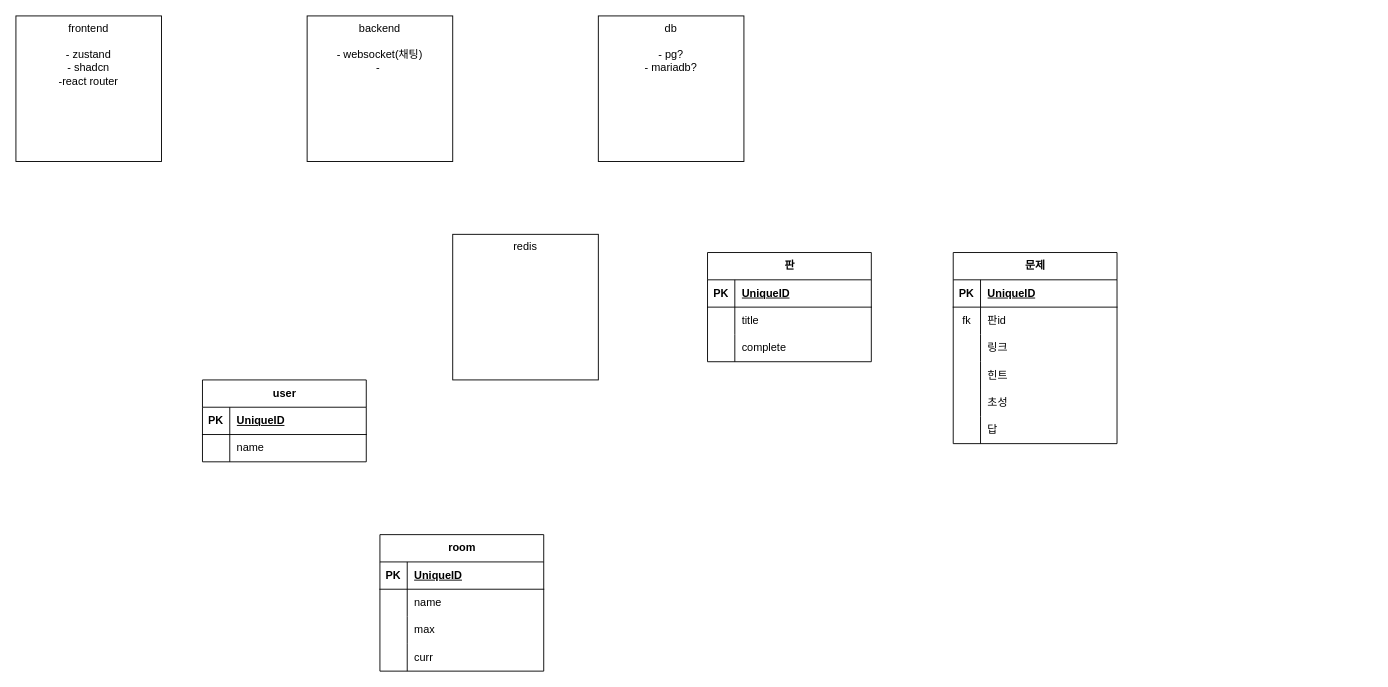
Before: 구상.drawio in takaxis2/song-quiz, a draw.io diagram. Source tidied: cells renumbered, new cells numbered last; positions are measured from the earlier drawing's top-left corner, leaving out a move shared by most shapes. Both pictures are drawn from the tidied source at 91%, with x=0, y=0 at pixel (15, 15).
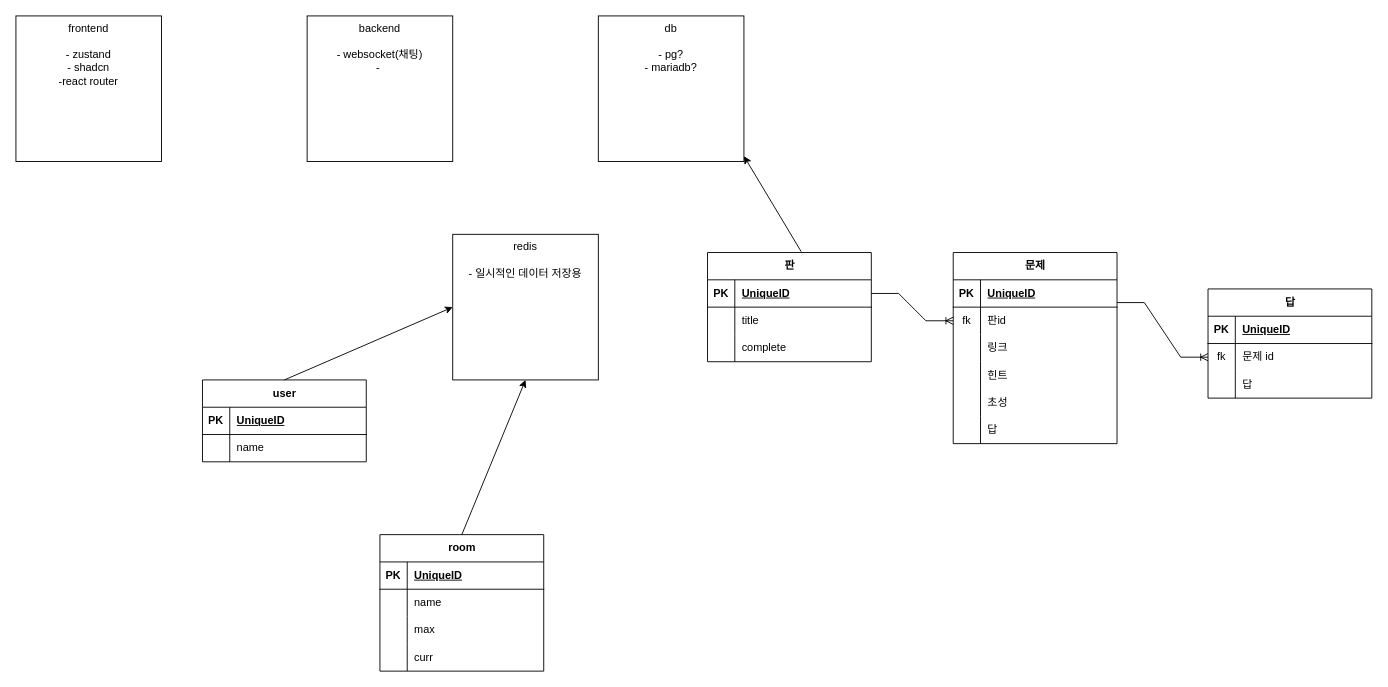
The same page after the edit.

Commit message (it also covers changes not shown here):
구상.drawio 업데이트

The change refers to these unchanged cells:
```xml
<mxCell id="4" value="db&lt;div&gt;&lt;br&gt;&lt;/div&gt;&lt;div&gt;- pg?&lt;/div&gt;&lt;div&gt;- mariadb?&lt;/div&gt;" style="whiteSpace=wrap;html=1;verticalAlign=top;" parent="1" vertex="1">
  <mxGeometry x="640" width="160" height="160" as="geometry" />
</mxCell>
<mxCell id="6" value="user" style="shape=table;startSize=30;childLayout=tableLayout;rowLines=0;fontStyle=1;align=center;html=1;" parent="1" vertex="1">
  <mxGeometry x="205" y="400" width="180" height="90" as="geometry" />
</mxCell>
<mxCell id="13" value="room" style="shape=table;startSize=30;childLayout=tableLayout;rowLines=0;fontStyle=1;align=center;html=1;" parent="1" vertex="1">
  <mxGeometry x="400" y="570" width="180" height="150" as="geometry" />
</mxCell>
<mxCell id="26" value="판" style="shape=table;startSize=30;childLayout=tableLayout;rowLines=0;fontStyle=1;align=center;html=1;" parent="1" vertex="1">
  <mxGeometry x="760" y="260" width="180" height="120" as="geometry" />
</mxCell>
<mxCell id="27" style="shape=tableRow;horizontal=0;startSize=0;swimlaneHead=0;swimlaneBody=0;fillColor=none;points=[[0,0.5],[1,0.5]];portConstraint=eastwest;top=0;left=0;right=0;bottom=1;" parent="26" vertex="1">
  <mxGeometry y="30" width="180" height="30" as="geometry" />
</mxCell>
<mxCell id="40" style="shape=tableRow;horizontal=0;startSize=0;swimlaneHead=0;swimlaneBody=0;fillColor=none;points=[[0,0.5],[1,0.5]];portConstraint=eastwest;top=0;left=0;right=0;bottom=0;" parent="36" vertex="1">
  <mxGeometry y="60" width="180" height="30" as="geometry" />
</mxCell>
```

What changed in the source:
```diff
@@
-    <mxCell id="5" value="&lt;div&gt;redis&lt;/div&gt;" style="whiteSpace=wrap;html=1;verticalAlign=top;" parent="1" vertex="1">
+    <mxCell id="5" value="&lt;div&gt;redis&lt;/div&gt;&lt;div&gt;&lt;br&gt;&lt;/div&gt;&lt;div&gt;- 일시적인 데이터 저장용&lt;/div&gt;" style="whiteSpace=wrap;html=1;verticalAlign=top;" parent="1" vertex="1">
       <mxGeometry x="480" y="240" width="160" height="160" as="geometry" />
     </mxCell>
@@
+    <mxCell id="55" value="답" style="shape=table;startSize=30;childLayout=tableLayout;rowLines=0;fontStyle=1;align=center;html=1;" parent="1" vertex="1">
+      <mxGeometry x="1310" y="300" width="180" height="120" as="geometry" />
+    </mxCell>
+    <mxCell id="56" style="shape=tableRow;horizontal=0;startSize=0;swimlaneHead=0;swimlaneBody=0;fillColor=none;top=0;left=0;right=0;bottom=1;" parent="55" vertex="1">
+      <mxGeometry y="30" width="180" height="30" as="geometry" />
+    </mxCell>
+    <mxCell id="57" value="PK" style="shape=partialRectangle;fillColor=none;top=0;left=0;bottom=0;right=0;fontStyle=1;overflow=hidden;whiteSpace=wrap;html=1;" parent="56" vertex="1">
+      <mxGeometry width="30" height="30" as="geometry" />
+    </mxCell>
+    <mxCell id="58" value="UniqueID" style="shape=partialRectangle;fillColor=none;top=0;left=0;bottom=0;right=0;align=left;spacingLeft=6;fontStyle=5;overflow=hidden;whiteSpace=wrap;html=1;" parent="56" vertex="1">
+      <mxGeometry x="30" width="150" height="30" as="geometry" />
+    </mxCell>
+    <mxCell id="59" style="shape=tableRow;horizontal=0;startSize=0;swimlaneHead=0;swimlaneBody=0;fillColor=none;points=[[0,0.5],[1,0.5]];portConstraint=eastwest;top=0;left=0;right=0;bottom=0;" parent="55" vertex="1">
+      <mxGeometry y="60" width="180" height="30" as="geometry" />
+    </mxCell>
+    <mxCell id="60" value="fk" style="shape=partialRectangle;fillColor=none;top=0;left=0;bottom=0;right=0;overflow=hidden;whiteSpace=wrap;html=1;" parent="59" vertex="1">
+      <mxGeometry width="30" height="30" as="geometry" />
+    </mxCell>
+    <mxCell id="61" value="문제 id" style="shape=partialRectangle;fillColor=none;top=0;left=0;bottom=0;right=0;align=left;spacingLeft=6;overflow=hidden;whiteSpace=wrap;html=1;" parent="59" vertex="1">
+      <mxGeometry x="30" width="150" height="30" as="geometry" />
+    </mxCell>
+    <mxCell id="62" style="shape=tableRow;horizontal=0;startSize=0;swimlaneHead=0;swimlaneBody=0;fillColor=none;top=0;left=0;right=0;bottom=0;" parent="55" vertex="1">
+      <mxGeometry y="90" width="180" height="30" as="geometry" />
+    </mxCell>
+    <mxCell id="63" style="shape=partialRectangle;fillColor=none;top=0;left=0;bottom=0;right=0;overflow=hidden;whiteSpace=wrap;html=1;" parent="62" vertex="1">
+      <mxGeometry width="30" height="30" as="geometry" />
+    </mxCell>
+    <mxCell id="64" value="답" style="shape=partialRectangle;fillColor=none;top=0;left=0;bottom=0;right=0;align=left;spacingLeft=6;overflow=hidden;whiteSpace=wrap;html=1;" parent="62" vertex="1">
+      <mxGeometry x="30" width="150" height="30" as="geometry" />
+    </mxCell>
+    <mxCell id="65" style="edgeStyle=entityRelationEdgeStyle;fontSize=12;html=1;endArrow=ERoneToMany;rounded=0;entryX=0;entryY=0.5;entryDx=0;entryDy=0;exitX=1;exitY=0.5;exitDx=0;exitDy=0;" parent="1" edge="1" source="27" target="40">
+      <mxGeometry relative="1" as="geometry" />
+    </mxCell>
+    <mxCell id="66" style="edgeStyle=entityRelationEdgeStyle;fontSize=12;html=1;endArrow=ERoneToMany;rounded=0;entryX=0;entryY=0.5;entryDx=0;entryDy=0;exitX=1;exitY=0.5;exitDx=0;exitDy=0;" parent="1" edge="1" target="59">
+      <mxGeometry relative="1" as="geometry">
+        <mxPoint x="1210" y="315" as="sourcePoint" />
+      </mxGeometry>
+    </mxCell>
+    <mxCell id="67" style="endArrow=classic;html=1;rounded=0;entryX=1;entryY=0.963;entryDx=0;entryDy=0;entryPerimeter=0;exitX=0.572;exitY=-0.008;exitDx=0;exitDy=0;exitPerimeter=0;" parent="1" edge="1" source="26" target="4">
+      <mxGeometry relative="1" as="geometry" />
+    </mxCell>
+    <mxCell id="68" style="endArrow=classic;html=1;rounded=0;exitX=0.5;exitY=0;exitDx=0;exitDy=0;entryX=0;entryY=0.5;entryDx=0;entryDy=0;" parent="1" edge="1" source="6" target="5">
+      <mxGeometry relative="1" as="geometry" />
+    </mxCell>
+    <mxCell id="69" style="endArrow=classic;html=1;rounded=0;exitX=0.5;exitY=0;exitDx=0;exitDy=0;entryX=0.5;entryY=1;entryDx=0;entryDy=0;" parent="1" edge="1" source="13" target="5">
+      <mxGeometry relative="1" as="geometry" />
+    </mxCell>
```
